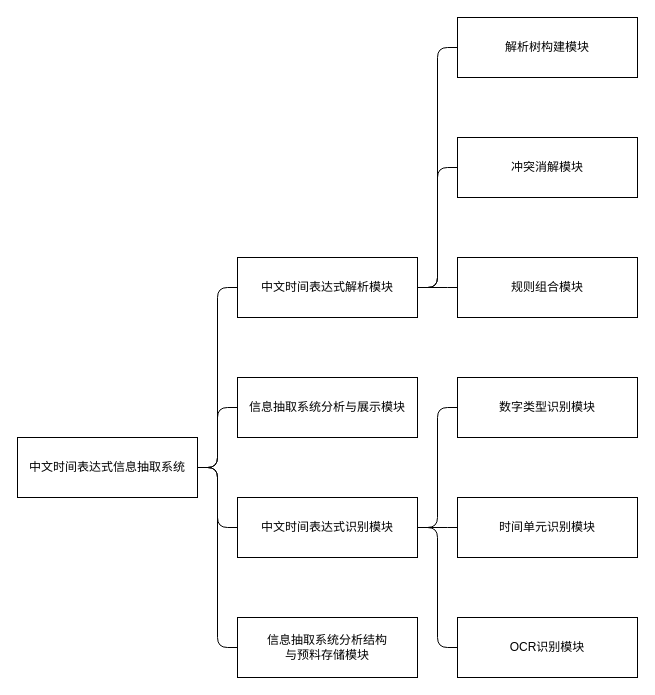
This is figures/xml/系统功能模块.drawio from ZacBi/ustcthesis, a draw.io file, before an edit. Source tidied: cells renumbered, new cells numbered last; positions are measured from the earlier drawing's top-left corner, leaving out a move shared by most shapes. Both pictures are drawn from the tidied source at 100%, with x=0, y=0 at pixel (17, 17).
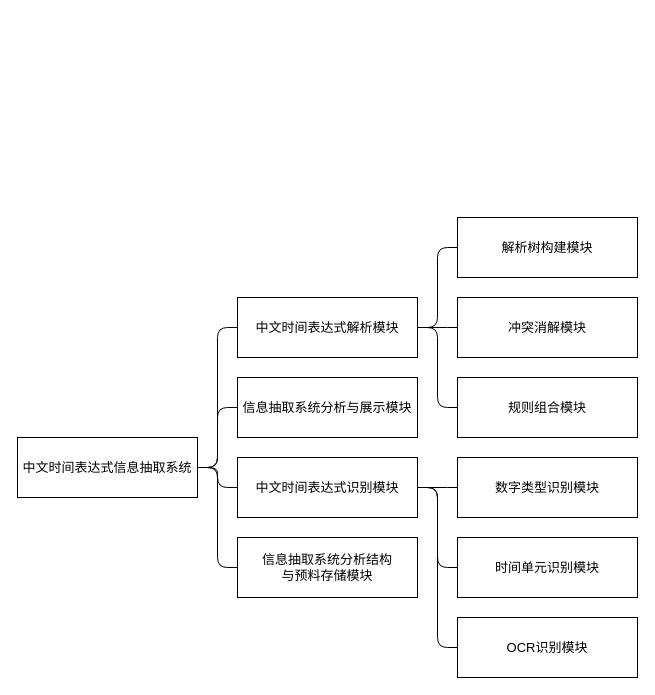
The same diagram, later.

Change to the diagram source:
```diff
@@
-    <mxCell id="2" value="中文时间表达式信息抽取系统" style="rounded=0;whiteSpace=wrap;html=1;" parent="1" vertex="1">
+    <mxCell id="2" value="中文时间表达式信息抽取系统" style="rounded=0;whiteSpace=wrap;html=1;fontSize=13;" parent="1" vertex="1">
       <mxGeometry y="420" width="180" height="60" as="geometry" />
     </mxCell>
-    <mxCell id="3" value="中文时间表达式解析模块" style="rounded=0;whiteSpace=wrap;html=1;" parent="1" vertex="1">
-      <mxGeometry x="220" y="240" width="180" height="60" as="geometry" />
+    <mxCell id="3" value="中文时间表达式解析模块" style="rounded=0;whiteSpace=wrap;html=1;fontSize=13;" parent="1" vertex="1">
+      <mxGeometry x="220" y="280" width="180" height="60" as="geometry" />
     </mxCell>
-    <mxCell id="4" value="信息抽取系统分析与展示模块" style="rounded=0;whiteSpace=wrap;html=1;" parent="1" vertex="1">
+    <mxCell id="4" value="信息抽取系统分析与展示模块" style="rounded=0;whiteSpace=wrap;html=1;fontSize=13;" parent="1" vertex="1">
       <mxGeometry x="220" y="360" width="180" height="60" as="geometry" />
     </mxCell>
-    <mxCell id="5" value="中文时间表达式识别模块" style="rounded=0;whiteSpace=wrap;html=1;" parent="1" vertex="1">
-      <mxGeometry x="220" y="480" width="180" height="60" as="geometry" />
+    <mxCell id="5" value="中文时间表达式识别模块" style="rounded=0;whiteSpace=wrap;html=1;fontSize=13;" parent="1" vertex="1">
+      <mxGeometry x="220" y="440" width="180" height="60" as="geometry" />
     </mxCell>
-    <mxCell id="6" value="信息抽取系统分析结构&lt;br&gt;与预料存储模块" style="rounded=0;whiteSpace=wrap;html=1;" parent="1" vertex="1">
-      <mxGeometry x="220" y="600" width="180" height="60" as="geometry" />
+    <mxCell id="6" value="信息抽取系统分析结构&lt;br style=&quot;font-size: 13px;&quot;&gt;与预料存储模块" style="rounded=0;whiteSpace=wrap;html=1;fontSize=13;" parent="1" vertex="1">
+      <mxGeometry x="220" y="520" width="180" height="60" as="geometry" />
     </mxCell>
-    <mxCell id="7" value="解析树构建模块" style="rounded=0;whiteSpace=wrap;html=1;" parent="1" vertex="1">
-      <mxGeometry x="440" width="180" height="60" as="geometry" />
+    <mxCell id="7" value="解析树构建模块" style="rounded=0;whiteSpace=wrap;html=1;fontSize=13;" parent="1" vertex="1">
+      <mxGeometry x="440" y="200" width="180" height="60" as="geometry" />
     </mxCell>
-    <mxCell id="8" value="冲突消解模块" style="rounded=0;whiteSpace=wrap;html=1;" parent="1" vertex="1">
-      <mxGeometry x="440" y="120" width="180" height="60" as="geometry" />
+    <mxCell id="8" value="冲突消解模块" style="rounded=0;whiteSpace=wrap;html=1;fontSize=13;" parent="1" vertex="1">
+      <mxGeometry x="440" y="280" width="180" height="60" as="geometry" />
     </mxCell>
-    <mxCell id="9" value="规则组合模块" style="rounded=0;whiteSpace=wrap;html=1;" parent="1" vertex="1">
-      <mxGeometry x="440" y="240" width="180" height="60" as="geometry" />
+    <mxCell id="9" value="规则组合模块" style="rounded=0;whiteSpace=wrap;html=1;fontSize=13;" parent="1" vertex="1">
+      <mxGeometry x="440" y="360" width="180" height="60" as="geometry" />
     </mxCell>
-    <mxCell id="10" value="数字类型识别模块" style="rounded=0;whiteSpace=wrap;html=1;" parent="1" vertex="1">
-      <mxGeometry x="440" y="360" width="180" height="60" as="geometry" />
+    <mxCell id="10" value="数字类型识别模块" style="rounded=0;whiteSpace=wrap;html=1;fontSize=13;" parent="1" vertex="1">
+      <mxGeometry x="440" y="440" width="180" height="60" as="geometry" />
     </mxCell>
-    <mxCell id="11" value="时间单元识别模块" style="rounded=0;whiteSpace=wrap;html=1;" parent="1" vertex="1">
-      <mxGeometry x="440" y="480" width="180" height="60" as="geometry" />
+    <mxCell id="11" value="时间单元识别模块" style="rounded=0;whiteSpace=wrap;html=1;fontSize=13;" parent="1" vertex="1">
+      <mxGeometry x="440" y="520" width="180" height="60" as="geometry" />
     </mxCell>
-    <mxCell id="12" value="OCR识别模块" style="rounded=0;whiteSpace=wrap;html=1;" parent="1" vertex="1">
+    <mxCell id="12" value="OCR识别模块" style="rounded=0;whiteSpace=wrap;html=1;fontSize=13;" parent="1" vertex="1">
       <mxGeometry x="440" y="600" width="180" height="60" as="geometry" />
     </mxCell>
-    <mxCell id="13" style="endArrow=none;html=1;entryX=1;entryY=0.5;entryDx=0;entryDy=0;exitX=0;exitY=0.5;exitDx=0;exitDy=0;edgeStyle=elbowEdgeStyle;" parent="1" edge="1" source="3" target="2">
+    <mxCell id="13" style="endArrow=none;html=1;entryX=1;entryY=0.5;entryDx=0;entryDy=0;exitX=0;exitY=0.5;exitDx=0;exitDy=0;edgeStyle=elbowEdgeStyle;fontSize=13;" parent="1" edge="1" source="3" target="2">
       <mxGeometry relative="1" as="geometry" />
     </mxCell>
-    <mxCell id="14" style="endArrow=none;html=1;entryX=0;entryY=0.5;entryDx=0;entryDy=0;exitX=1;exitY=0.5;exitDx=0;exitDy=0;edgeStyle=elbowEdgeStyle;" parent="1" edge="1" source="2" target="4">
+    <mxCell id="14" style="endArrow=none;html=1;entryX=0;entryY=0.5;entryDx=0;entryDy=0;exitX=1;exitY=0.5;exitDx=0;exitDy=0;edgeStyle=elbowEdgeStyle;fontSize=13;" parent="1" edge="1" source="2" target="4">
       <mxGeometry relative="1" as="geometry" />
     </mxCell>
-    <mxCell id="15" style="endArrow=none;html=1;entryX=1;entryY=0.5;entryDx=0;entryDy=0;exitX=0;exitY=0.5;exitDx=0;exitDy=0;edgeStyle=elbowEdgeStyle;" parent="1" edge="1" source="6" target="2">
+    <mxCell id="15" style="endArrow=none;html=1;entryX=1;entryY=0.5;entryDx=0;entryDy=0;exitX=0;exitY=0.5;exitDx=0;exitDy=0;edgeStyle=elbowEdgeStyle;fontSize=13;" parent="1" edge="1" source="6" target="2">
       <mxGeometry relative="1" as="geometry" />
     </mxCell>
-    <mxCell id="16" style="endArrow=none;html=1;entryX=1;entryY=0.5;entryDx=0;entryDy=0;edgeStyle=elbowEdgeStyle;" parent="1" edge="1" source="5" target="2">
+    <mxCell id="16" style="endArrow=none;html=1;entryX=1;entryY=0.5;entryDx=0;entryDy=0;edgeStyle=elbowEdgeStyle;fontSize=13;" parent="1" edge="1" source="5" target="2">
       <mxGeometry relative="1" as="geometry" />
     </mxCell>
-    <mxCell id="17" style="endArrow=none;html=1;entryX=1;entryY=0.5;entryDx=0;entryDy=0;exitX=0;exitY=0.5;exitDx=0;exitDy=0;edgeStyle=elbowEdgeStyle;" parent="1" edge="1" source="7" target="3">
+    <mxCell id="17" style="endArrow=none;html=1;entryX=1;entryY=0.5;entryDx=0;entryDy=0;exitX=0;exitY=0.5;exitDx=0;exitDy=0;edgeStyle=elbowEdgeStyle;fontSize=13;" parent="1" edge="1" source="7" target="3">
       <mxGeometry relative="1" as="geometry" />
     </mxCell>
-    <mxCell id="18" style="endArrow=none;html=1;entryX=1;entryY=0.5;entryDx=0;entryDy=0;exitX=0;exitY=0.5;exitDx=0;exitDy=0;edgeStyle=elbowEdgeStyle;" parent="1" edge="1" source="8" target="3">
+    <mxCell id="18" style="endArrow=none;html=1;entryX=1;entryY=0.5;entryDx=0;entryDy=0;exitX=0;exitY=0.5;exitDx=0;exitDy=0;edgeStyle=elbowEdgeStyle;fontSize=13;" parent="1" edge="1" source="8" target="3">
       <mxGeometry relative="1" as="geometry" />
     </mxCell>
-    <mxCell id="19" style="endArrow=none;html=1;entryX=1;entryY=0.5;entryDx=0;entryDy=0;exitX=0;exitY=0.5;exitDx=0;exitDy=0;edgeStyle=elbowEdgeStyle;" parent="1" edge="1" source="9" target="3">
+    <mxCell id="19" style="endArrow=none;html=1;entryX=1;entryY=0.5;entryDx=0;entryDy=0;exitX=0;exitY=0.5;exitDx=0;exitDy=0;edgeStyle=elbowEdgeStyle;fontSize=13;" parent="1" edge="1" source="9" target="3">
       <mxGeometry relative="1" as="geometry" />
     </mxCell>
-    <mxCell id="20" style="endArrow=none;html=1;entryX=1;entryY=0.5;entryDx=0;entryDy=0;edgeStyle=elbowEdgeStyle;" parent="1" edge="1" source="10" target="5">
+    <mxCell id="20" style="endArrow=none;html=1;entryX=1;entryY=0.5;entryDx=0;entryDy=0;edgeStyle=elbowEdgeStyle;fontSize=13;" parent="1" edge="1" source="10" target="5">
       <mxGeometry relative="1" as="geometry" />
     </mxCell>
-    <mxCell id="21" style="endArrow=none;html=1;entryX=1;entryY=0.5;entryDx=0;entryDy=0;edgeStyle=elbowEdgeStyle;exitX=0;exitY=0.5;exitDx=0;exitDy=0;" parent="1" edge="1" source="11" target="5">
+    <mxCell id="21" style="endArrow=none;html=1;entryX=1;entryY=0.5;entryDx=0;entryDy=0;edgeStyle=elbowEdgeStyle;exitX=0;exitY=0.5;exitDx=0;exitDy=0;fontSize=13;" parent="1" edge="1" source="11" target="5">
       <mxGeometry relative="1" as="geometry" />
     </mxCell>
-    <mxCell id="22" style="endArrow=none;html=1;entryX=1;entryY=0.5;entryDx=0;entryDy=0;edgeStyle=elbowEdgeStyle;exitX=0;exitY=0.5;exitDx=0;exitDy=0;" parent="1" edge="1" source="12" target="5">
+    <mxCell id="22" style="endArrow=none;html=1;entryX=1;entryY=0.5;entryDx=0;entryDy=0;edgeStyle=elbowEdgeStyle;exitX=0;exitY=0.5;exitDx=0;exitDy=0;fontSize=13;" parent="1" edge="1" source="12" target="5">
       <mxGeometry relative="1" as="geometry" />
     </mxCell>
```
